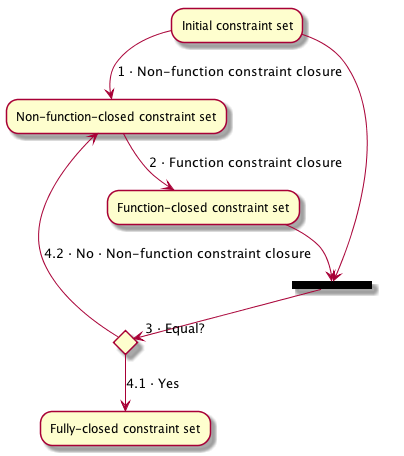
Above: docs/images/full-constraint-closure.png in JHU-PL-Lab/whayrf (PlantUML), before the change.
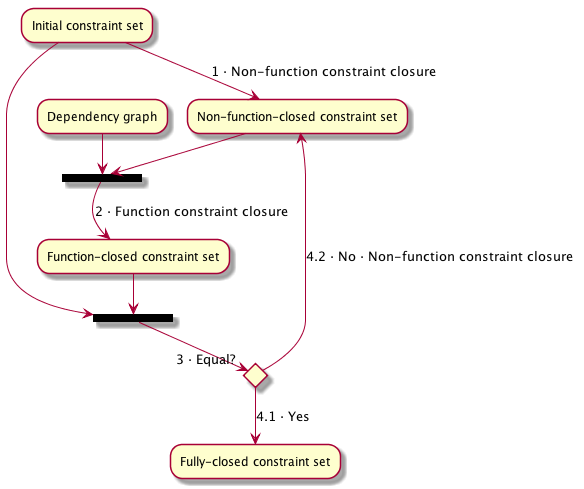
Later version of the same file.

Commit message:
Fix function closure

Diff of the diagram source:
```diff
@@ -1,5 +1,7 @@
 @startuml
 "Initial constraint set" -->[1 · Non-function constraint closure] "Non-function-closed constraint set"
+--> ===function_constraint_closure===
+"Dependency graph" --> ===function_constraint_closure===
 -->[2 · Function constraint closure] "Function-closed constraint set"
 --> ===equal===
 "Initial constraint set" --> ===equal===
```
